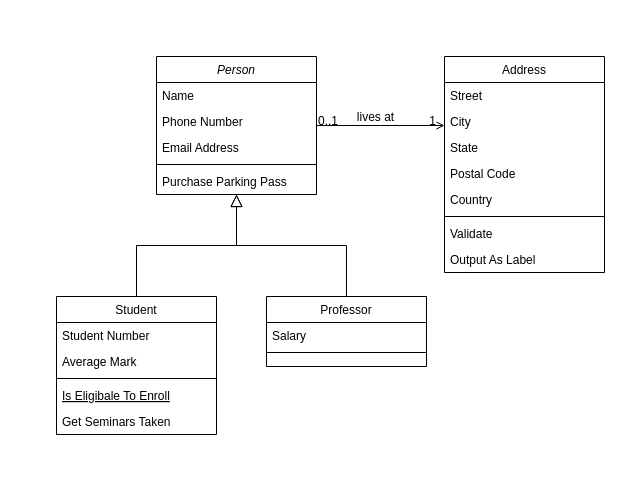
Above: Untitled Diagram.drawio in OhotnikovM/online-shop (draw.io), before the change. Source tidied: cells renumbered, new cells numbered last; positions are measured from the earlier drawing's top-left corner, leaving out a move shared by most shapes. Both pictures are drawn from the tidied source at 100%, with x=0, y=0 at pixel (56, 56).
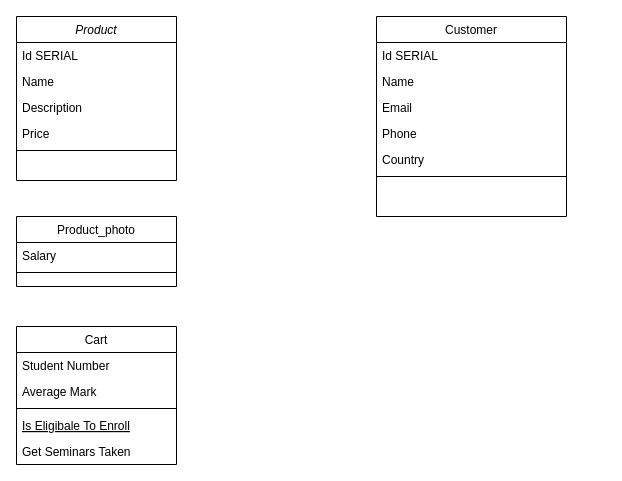
The same diagram, later.

What changed in the source:
```diff
@@
-    <mxCell id="2" value="Person" style="swimlane;fontStyle=2;align=center;verticalAlign=top;horizontal=1;startSize=26;rounded=0;shadow=0;strokeWidth=1;" parent="1" vertex="1">
-      <mxGeometry x="100" width="160" height="138" as="geometry" />
+    <mxCell id="2" value="Product" style="swimlane;fontStyle=2;align=center;verticalAlign=top;horizontal=1;startSize=26;rounded=0;shadow=0;strokeWidth=1;" parent="1" vertex="1">
+      <mxGeometry x="-40" y="-40" width="160" height="164" as="geometry" />
     </mxCell>
+    <mxCell id="32" value="Id SERIAL" style="text;align=left;verticalAlign=top;spacingLeft=4;spacingRight=4;overflow=hidden;" parent="2" vertex="1">
+      <mxGeometry y="26" width="160" height="26" as="geometry" />
+    </mxCell>
     <mxCell id="3" value="Name" style="text;align=left;verticalAlign=top;spacingLeft=4;spacingRight=4;overflow=hidden;" parent="2" vertex="1">
-      <mxGeometry y="26" width="160" height="26" as="geometry" />
+      <mxGeometry y="52" width="160" height="26" as="geometry" />
     </mxCell>
-    <mxCell id="4" value="Phone Number" style="text;align=left;verticalAlign=top;spacingLeft=4;spacingRight=4;overflow=hidden;rounded=0;shadow=0;html=0;" parent="2" vertex="1">
-      <mxGeometry y="52" width="160" height="26" as="geometry" />
+    <mxCell id="4" value="Description" style="text;align=left;verticalAlign=top;spacingLeft=4;spacingRight=4;overflow=hidden;rounded=0;shadow=0;html=0;" parent="2" vertex="1">
+      <mxGeometry y="78" width="160" height="26" as="geometry" />
     </mxCell>
-    <mxCell id="5" value="Email Address" style="text;align=left;verticalAlign=top;spacingLeft=4;spacingRight=4;overflow=hidden;rounded=0;shadow=0;html=0;" parent="2" vertex="1">
-      <mxGeometry y="78" width="160" height="26" as="geometry" />
+    <mxCell id="5" value="Price" style="text;align=left;verticalAlign=top;spacingLeft=4;spacingRight=4;overflow=hidden;rounded=0;shadow=0;html=0;" parent="2" vertex="1">
+      <mxGeometry y="104" width="160" height="26" as="geometry" />
     </mxCell>
     <mxCell id="6" style="line;html=1;strokeWidth=1;align=left;verticalAlign=middle;spacingTop=-1;spacingLeft=3;spacingRight=3;labelPosition=right;" parent="2" vertex="1">
-      <mxGeometry y="104" width="160" height="8" as="geometry" />
+      <mxGeometry y="130" width="160" height="8" as="geometry" />
     </mxCell>
-    <mxCell id="7" value="Purchase Parking Pass" style="text;align=left;verticalAlign=top;spacingLeft=4;spacingRight=4;overflow=hidden;" parent="2" vertex="1">
-      <mxGeometry y="112" width="160" height="26" as="geometry" />
-    </mxCell>
-    <mxCell id="8" value="Student" style="swimlane;fontStyle=0;align=center;verticalAlign=top;horizontal=1;startSize=26;rounded=0;shadow=0;strokeWidth=1;" parent="1" vertex="1">
-      <mxGeometry y="240" width="160" height="138" as="geometry" />
+    <mxCell id="8" value="Cart" style="swimlane;fontStyle=0;align=center;verticalAlign=top;horizontal=1;startSize=26;rounded=0;shadow=0;strokeWidth=1;" parent="1" vertex="1">
+      <mxGeometry x="-40" y="270" width="160" height="138" as="geometry" />
     </mxCell>
@@
-    <mxCell id="14" style="endArrow=block;endSize=10;endFill=0;shadow=0;strokeWidth=1;rounded=0;edgeStyle=elbowEdgeStyle;elbow=vertical;" parent="1" edge="1" source="8" target="2">
-      <mxGeometry relative="1" as="geometry" />
-    </mxCell>
-    <mxCell id="15" value="Professor" style="swimlane;fontStyle=0;align=center;verticalAlign=top;horizontal=1;startSize=26;rounded=0;shadow=0;strokeWidth=1;" parent="1" vertex="1">
-      <mxGeometry x="210" y="240" width="160" height="70" as="geometry" />
+    <mxCell id="15" value="Product_photo" style="swimlane;fontStyle=0;align=center;verticalAlign=top;horizontal=1;startSize=26;rounded=0;shadow=0;strokeWidth=1;" parent="1" vertex="1">
+      <mxGeometry x="-40" y="160" width="160" height="70" as="geometry" />
     </mxCell>
@@
-    <mxCell id="18" style="endArrow=block;endSize=10;endFill=0;shadow=0;strokeWidth=1;rounded=0;edgeStyle=elbowEdgeStyle;elbow=vertical;" parent="1" edge="1" source="15" target="2">
-      <mxGeometry relative="1" as="geometry" />
-    </mxCell>
-    <mxCell id="19" value="Address" style="swimlane;fontStyle=0;align=center;verticalAlign=top;horizontal=1;startSize=26;rounded=0;shadow=0;strokeWidth=1;" parent="1" vertex="1">
-      <mxGeometry x="388" width="160" height="216" as="geometry" />
+    <mxCell id="19" value="Customer" style="swimlane;fontStyle=0;align=center;verticalAlign=top;horizontal=1;startSize=26;rounded=0;shadow=0;strokeWidth=1;" parent="1" vertex="1">
+      <mxGeometry x="320" y="-40" width="190" height="200" as="geometry" />
     </mxCell>
-    <mxCell id="20" value="Street" style="text;align=left;verticalAlign=top;spacingLeft=4;spacingRight=4;overflow=hidden;" parent="19" vertex="1">
-      <mxGeometry y="26" width="160" height="26" as="geometry" />
+    <mxCell id="20" value="Id SERIAL" style="text;align=left;verticalAlign=top;spacingLeft=4;spacingRight=4;overflow=hidden;" parent="19" vertex="1">
+      <mxGeometry y="26" width="190" height="26" as="geometry" />
     </mxCell>
-    <mxCell id="21" value="City" style="text;align=left;verticalAlign=top;spacingLeft=4;spacingRight=4;overflow=hidden;rounded=0;shadow=0;html=0;" parent="19" vertex="1">
-      <mxGeometry y="52" width="160" height="26" as="geometry" />
+    <mxCell id="21" value="Name" style="text;align=left;verticalAlign=top;spacingLeft=4;spacingRight=4;overflow=hidden;rounded=0;shadow=0;html=0;" parent="19" vertex="1">
+      <mxGeometry y="52" width="190" height="26" as="geometry" />
     </mxCell>
-    <mxCell id="22" value="State" style="text;align=left;verticalAlign=top;spacingLeft=4;spacingRight=4;overflow=hidden;rounded=0;shadow=0;html=0;" parent="19" vertex="1">
-      <mxGeometry y="78" width="160" height="26" as="geometry" />
+    <mxCell id="22" value="Email" style="text;align=left;verticalAlign=top;spacingLeft=4;spacingRight=4;overflow=hidden;rounded=0;shadow=0;html=0;" parent="19" vertex="1">
+      <mxGeometry y="78" width="190" height="26" as="geometry" />
     </mxCell>
-    <mxCell id="23" value="Postal Code" style="text;align=left;verticalAlign=top;spacingLeft=4;spacingRight=4;overflow=hidden;rounded=0;shadow=0;html=0;" parent="19" vertex="1">
-      <mxGeometry y="104" width="160" height="26" as="geometry" />
+    <mxCell id="23" value="Phone" style="text;align=left;verticalAlign=top;spacingLeft=4;spacingRight=4;overflow=hidden;rounded=0;shadow=0;html=0;" parent="19" vertex="1">
+      <mxGeometry y="104" width="190" height="26" as="geometry" />
     </mxCell>
     <mxCell id="24" value="Country" style="text;align=left;verticalAlign=top;spacingLeft=4;spacingRight=4;overflow=hidden;rounded=0;shadow=0;html=0;" parent="19" vertex="1">
-      <mxGeometry y="130" width="160" height="26" as="geometry" />
+      <mxGeometry y="130" width="190" height="26" as="geometry" />
     </mxCell>
     <mxCell id="25" style="line;html=1;strokeWidth=1;align=left;verticalAlign=middle;spacingTop=-1;spacingLeft=3;spacingRight=3;labelPosition=right;" parent="19" vertex="1">
-      <mxGeometry y="156" width="160" height="8" as="geometry" />
+      <mxGeometry y="156" width="190" height="8" as="geometry" />
     </mxCell>
-    <mxCell id="26" value="Validate" style="text;align=left;verticalAlign=top;spacingLeft=4;spacingRight=4;overflow=hidden;" parent="19" vertex="1">
-      <mxGeometry y="164" width="160" height="26" as="geometry" />
-    </mxCell>
-    <mxCell id="27" value="Output As Label" style="text;align=left;verticalAlign=top;spacingLeft=4;spacingRight=4;overflow=hidden;" parent="19" vertex="1">
-      <mxGeometry y="190" width="160" height="26" as="geometry" />
-    </mxCell>
-    <mxCell id="28" style="endArrow=open;shadow=0;strokeWidth=1;rounded=0;endFill=1;edgeStyle=elbowEdgeStyle;elbow=vertical;" parent="1" edge="1" source="2" target="19">
-      <mxGeometry x="0.5" y="41" relative="1" as="geometry">
-        <mxPoint x="-40" y="32" as="offset" />
-      </mxGeometry>
-    </mxCell>
-    <mxCell id="29" value="0..1" style="align=left;verticalAlign=bottom;labelBackgroundColor=none;fontSize=12;" parent="28" vertex="1">
-      <mxGeometry x="-1" relative="1" as="geometry">
-        <mxPoint y="4" as="offset" />
-      </mxGeometry>
-    </mxCell>
-    <mxCell id="30" value="1" style="align=right;verticalAlign=bottom;labelBackgroundColor=none;fontSize=12;" parent="28" vertex="1">
-      <mxGeometry x="1" relative="1" as="geometry">
-        <mxPoint x="-7" y="4" as="offset" />
-      </mxGeometry>
-    </mxCell>
-    <mxCell id="31" value="lives at" style="text;html=1;align=center;verticalAlign=middle;labelBackgroundColor=none;rounded=0;shadow=0;strokeWidth=1;fontSize=12;" parent="28" vertex="1">
-      <mxGeometry x="0.5" y="49" relative="1" as="geometry">
-        <mxPoint x="-38" y="40" as="offset" />
-      </mxGeometry>
-    </mxCell>
```
